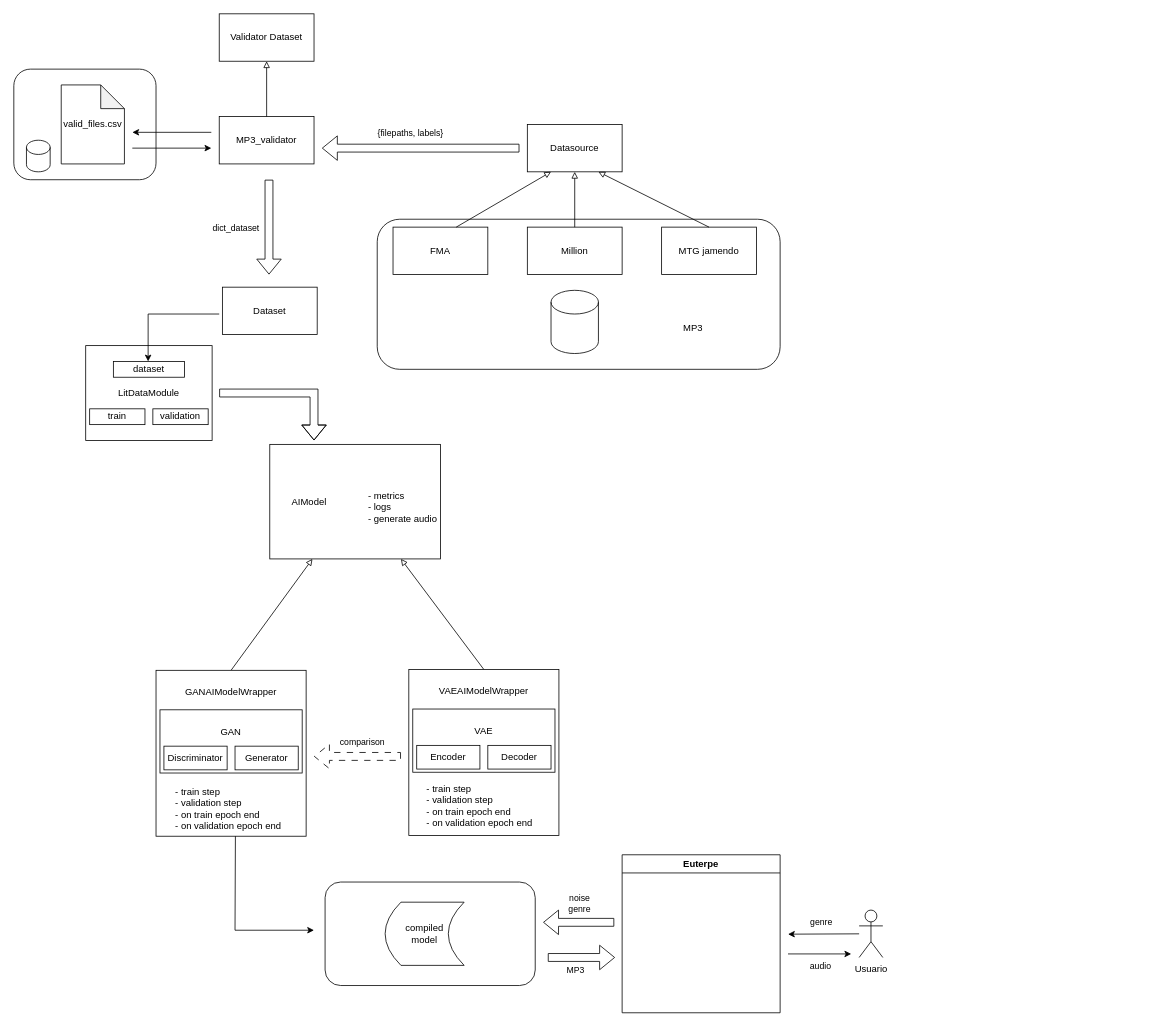
Above: images/diagrama_flujo.drawio in lukemaster/TFM-doc (draw.io), before the change. Source tidied: cells renumbered, new cells numbered last; positions are measured from the earlier drawing's top-left corner, leaving out a move shared by most shapes. Both pictures are drawn from the tidied source at 79%, with x=0, y=0 at pixel (13, 13).
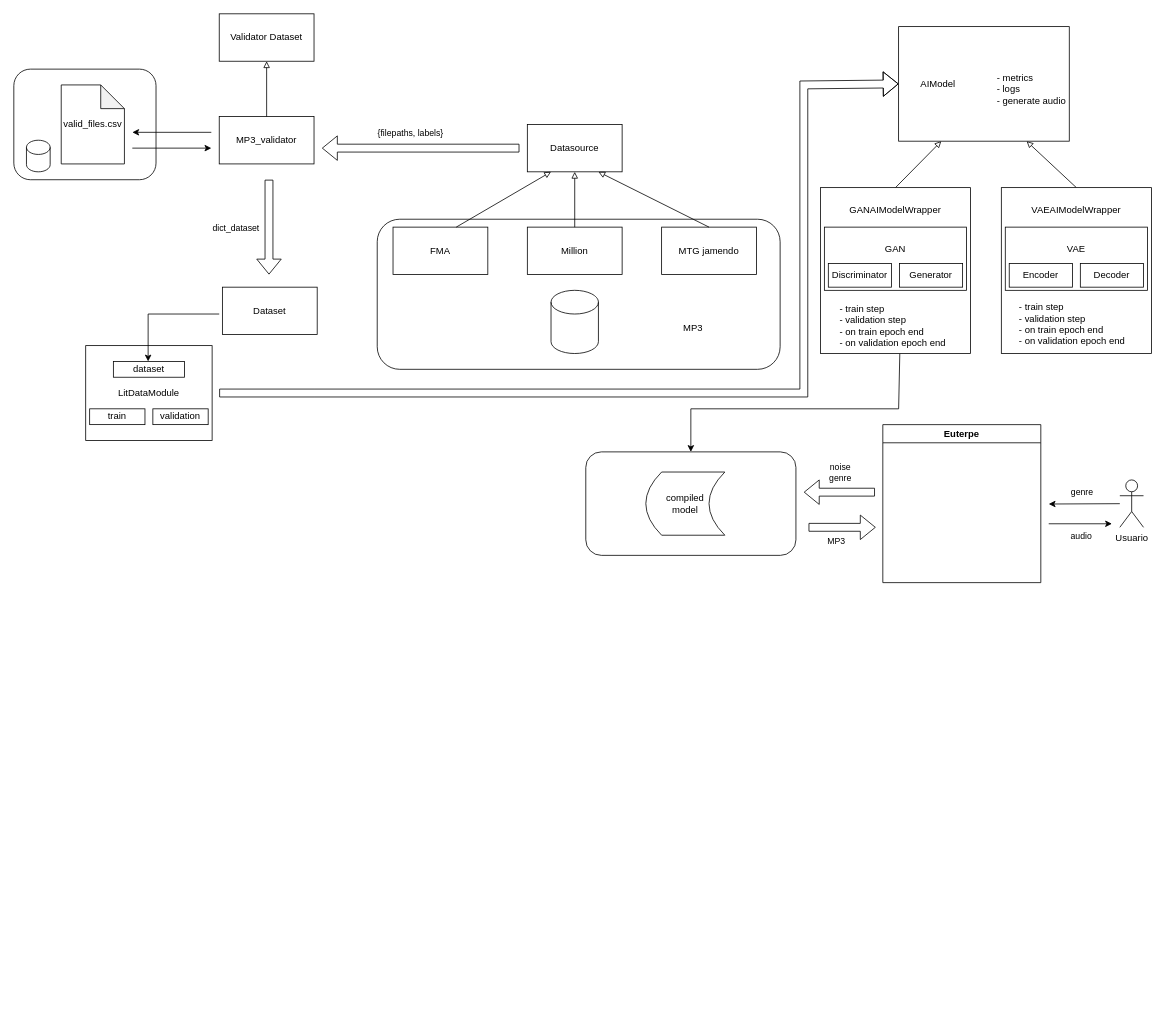
After the change.

What changed in the source:
```diff
@@
-    <mxCell id="2" style="rounded=1;whiteSpace=wrap;html=1;" parent="1" vertex="1">
-      <mxGeometry x="394" y="1099" width="266" height="131" as="geometry" />
-    </mxCell>
@@
-    <mxCell id="31" value="&amp;nbsp; &amp;nbsp; &amp;nbsp; &amp;nbsp; AIModel" style="rounded=0;whiteSpace=wrap;html=1;align=left;" parent="1" vertex="1">
-      <mxGeometry x="324" y="545" width="216" height="145" as="geometry" />
-    </mxCell>
@@
-    <mxCell id="33" style="endArrow=block;html=1;rounded=0;exitX=0.5;exitY=0;exitDx=0;exitDy=0;endFill=0;" parent="1" edge="1" source="48">
-      <mxGeometry relative="1" as="geometry">
-        <mxPoint x="490" y="690" as="targetPoint" />
-      </mxGeometry>
+    <mxCell id="33" style="endArrow=block;html=1;rounded=0;exitX=0.5;exitY=0;exitDx=0;exitDy=0;endFill=0;entryX=0.75;entryY=1;entryDx=0;entryDy=0;" parent="1" edge="1" source="48" target="31">
+      <mxGeometry relative="1" as="geometry" />
     </mxCell>
-    <mxCell id="34" style="shape=flexArrow;endArrow=classic;html=1;rounded=0;" parent="1" edge="1">
+    <mxCell id="34" style="shape=flexArrow;endArrow=classic;html=1;rounded=0;entryX=0;entryY=0.5;entryDx=0;entryDy=0;" parent="1" edge="1" target="31">
       <mxGeometry relative="1" as="geometry">
         <mxPoint x="260" y="480" as="sourcePoint" />
-        <mxPoint x="380" y="540" as="targetPoint" />
         <Array as="points">
           <mxPoint x="380" y="480" />
+          <mxPoint x="1000" y="480" />
+          <mxPoint x="1000" y="90" />
         </Array>
       </mxGeometry>
     </mxCell>
-    <mxCell id="35" value="&lt;span style=&quot;color: light-dark(rgb(0, 0, 0), rgb(255, 255, 255)); background-color: transparent;&quot;&gt;&amp;nbsp; - metrics&amp;nbsp;&lt;/span&gt;&lt;br style=&quot;&quot;&gt;&lt;span style=&quot;color: light-dark(rgb(0, 0, 0), rgb(255, 255, 255)); background-color: transparent;&quot;&gt;&amp;nbsp; - logs&lt;/span&gt;&lt;br style=&quot;&quot;&gt;&lt;span style=&quot;&quot;&gt;&amp;nbsp; - generate audio&lt;/span&gt;" style="text;html=1;align=left;verticalAlign=middle;whiteSpace=wrap;rounded=0;" parent="1" vertex="1">
-      <mxGeometry x="440" y="590" width="120" height="70" as="geometry" />
-    </mxCell>
-    <mxCell id="36" style="group;" parent="1" vertex="1">
-      <mxGeometry x="180" y="831" width="380" height="260" as="geometry" />
-    </mxCell>
+    <mxCell id="47" style="endArrow=classic;html=1;rounded=0;exitX=0.5;exitY=1;exitDx=0;exitDy=0;entryX=0.5;entryY=0;entryDx=0;entryDy=0;" parent="1" edge="1" source="38" target="2">
+      <mxGeometry relative="1" as="geometry">
+        <Array as="points">
+          <mxPoint x="1120" y="500" />
+          <mxPoint x="857" y="500" />
+        </Array>
+      </mxGeometry>
+    </mxCell>
+    <mxCell id="62" style="group;" parent="1" vertex="1">
+      <mxGeometry x="1021" y="220" width="190" height="210" as="geometry" />
+    </mxCell>
-    <mxCell id="37" value="&lt;div&gt;&lt;br&gt;&lt;/div&gt;GANAIModelWrapper" style="rounded=0;whiteSpace=wrap;html=1;verticalAlign=top;" parent="36" vertex="1">
+    <mxCell id="37" value="&lt;div&gt;&lt;br&gt;&lt;/div&gt;GANAIModelWrapper" style="rounded=0;whiteSpace=wrap;html=1;verticalAlign=top;" parent="62" vertex="1">
       <mxGeometry width="190" height="210" as="geometry" />
     </mxCell>
-    <mxCell id="38" value="&amp;nbsp; - train step&lt;div&gt;&amp;nbsp; - validation step&lt;/div&gt;&lt;div&gt;&amp;nbsp; - on train epoch end&lt;/div&gt;&lt;div&gt;&amp;nbsp; - on validation epoch end&lt;/div&gt;" style="text;html=1;align=left;verticalAlign=middle;whiteSpace=wrap;rounded=0;" parent="36" vertex="1">
+    <mxCell id="38" value="&amp;nbsp; - train step&lt;div&gt;&amp;nbsp; - validation step&lt;/div&gt;&lt;div&gt;&amp;nbsp; - on train epoch end&lt;/div&gt;&lt;div&gt;&amp;nbsp; - on validation epoch end&lt;/div&gt;" style="text;html=1;align=left;verticalAlign=middle;whiteSpace=wrap;rounded=0;" parent="62" vertex="1">
       <mxGeometry x="16" y="140" width="169" height="70" as="geometry" />
     </mxCell>
-    <mxCell id="39" style="shape=flexArrow;endArrow=classic;html=1;rounded=0;dashed=1;dashPattern=8 8;" parent="36" edge="1">
-      <mxGeometry relative="1" as="geometry">
-        <mxPoint x="310" y="109" as="sourcePoint" />
-        <mxPoint x="200" y="109" as="targetPoint" />
-      </mxGeometry>
-    </mxCell>
-    <mxCell id="40" value="comparison" style="edgeLabel;html=1;align=center;verticalAlign=middle;" parent="39" vertex="1">
-      <mxGeometry x="-0.33" relative="1" as="geometry">
-        <mxPoint x="-13" y="-19" as="offset" />
-      </mxGeometry>
-    </mxCell>
-    <mxCell id="41" value="&lt;div&gt;&lt;br&gt;&lt;/div&gt;GAN" style="rounded=0;whiteSpace=wrap;html=1;verticalAlign=top;" parent="36" vertex="1">
+    <mxCell id="41" value="&lt;div&gt;&lt;br&gt;&lt;/div&gt;GAN" style="rounded=0;whiteSpace=wrap;html=1;verticalAlign=top;" parent="62" vertex="1">
       <mxGeometry x="5" y="50" width="180" height="80" as="geometry" />
     </mxCell>
-    <mxCell id="42" value="Discriminator" style="rounded=0;whiteSpace=wrap;html=1;" parent="36" vertex="1">
+    <mxCell id="42" value="Discriminator" style="rounded=0;whiteSpace=wrap;html=1;" parent="62" vertex="1">
       <mxGeometry x="10" y="96" width="80" height="30" as="geometry" />
     </mxCell>
-    <mxCell id="43" value="Generator" style="rounded=0;whiteSpace=wrap;html=1;" parent="36" vertex="1">
+    <mxCell id="43" value="Generator" style="rounded=0;whiteSpace=wrap;html=1;" parent="62" vertex="1">
       <mxGeometry x="100" y="96" width="80" height="30" as="geometry" />
     </mxCell>
-    <mxCell id="44" value="Euterpe" style="swimlane;whiteSpace=wrap;html=1;" parent="1" vertex="1">
-      <mxGeometry x="770" y="1064.5" width="200" height="200" as="geometry" />
-    </mxCell>
-    <mxCell id="45" value="Usuario" style="shape=umlActor;verticalLabelPosition=bottom;verticalAlign=top;html=1;outlineConnect=0;" parent="1" vertex="1">
-      <mxGeometry x="1070" y="1134.5" width="30" height="60" as="geometry" />
-    </mxCell>
-    <mxCell id="46" value="compiled&lt;div&gt;model&lt;/div&gt;" style="shape=dataStorage;whiteSpace=wrap;html=1;fixedSize=1;size=20;" parent="1" vertex="1">
-      <mxGeometry x="470" y="1124.5" width="100" height="80" as="geometry" />
-    </mxCell>
-    <mxCell id="47" style="endArrow=classic;html=1;rounded=0;exitX=0.5;exitY=1;exitDx=0;exitDy=0;" parent="1" edge="1" source="38">
-      <mxGeometry relative="1" as="geometry">
-        <mxPoint x="380" y="1160" as="targetPoint" />
-        <Array as="points">
-          <mxPoint x="280" y="1160" />
-        </Array>
-      </mxGeometry>
-    </mxCell>
+    <mxCell id="63" style="group;" parent="1" vertex="1">
+      <mxGeometry x="1250" y="220" width="190" height="210" as="geometry" />
+    </mxCell>
-    <mxCell id="48" value="&lt;div&gt;&lt;br&gt;&lt;/div&gt;VAEAIModelWrapper" style="rounded=0;whiteSpace=wrap;html=1;verticalAlign=top;" parent="1" vertex="1">
-      <mxGeometry x="500" y="830" width="190" height="210" as="geometry" />
+    <mxCell id="48" value="&lt;div&gt;&lt;br&gt;&lt;/div&gt;VAEAIModelWrapper" style="rounded=0;whiteSpace=wrap;html=1;verticalAlign=top;" parent="63" vertex="1">
+      <mxGeometry width="190" height="210" as="geometry" />
     </mxCell>
-    <mxCell id="49" value="&amp;nbsp; - train step&lt;div&gt;&amp;nbsp; - validation step&lt;/div&gt;&lt;div&gt;&amp;nbsp; - on train epoch end&lt;/div&gt;&lt;div&gt;&amp;nbsp; - on validation epoch end&lt;/div&gt;" style="text;html=1;align=left;verticalAlign=middle;whiteSpace=wrap;rounded=0;" parent="1" vertex="1">
-      <mxGeometry x="514" y="968" width="162" height="69" as="geometry" />
+    <mxCell id="49" value="&amp;nbsp; - train step&lt;div&gt;&amp;nbsp; - validation step&lt;/div&gt;&lt;div&gt;&amp;nbsp; - on train epoch end&lt;/div&gt;&lt;div&gt;&amp;nbsp; - on validation epoch end&lt;/div&gt;" style="text;html=1;align=left;verticalAlign=middle;whiteSpace=wrap;rounded=0;" parent="63" vertex="1">
+      <mxGeometry x="14" y="138" width="162" height="69" as="geometry" />
     </mxCell>
-    <mxCell id="50" style="group;" parent="1" vertex="1">
-      <mxGeometry x="505" y="880" width="180" height="80" as="geometry" />
+    <mxCell id="50" style="group;" parent="63" vertex="1">
+      <mxGeometry x="5" y="50" width="180" height="80" as="geometry" />
     </mxCell>
@@
+    <mxCell id="64" style="group;" parent="1" vertex="1">
+      <mxGeometry x="1120" y="16.2" width="236" height="145" as="geometry" />
+    </mxCell>
+    <mxCell id="31" value="&amp;nbsp; &amp;nbsp; &amp;nbsp; &amp;nbsp; AIModel" style="rounded=0;whiteSpace=wrap;html=1;align=left;" parent="64" vertex="1">
+      <mxGeometry width="216" height="145" as="geometry" />
+    </mxCell>
+    <mxCell id="35" value="&lt;span style=&quot;color: light-dark(rgb(0, 0, 0), rgb(255, 255, 255)); background-color: transparent;&quot;&gt;&amp;nbsp; - metrics&amp;nbsp;&lt;/span&gt;&lt;br style=&quot;&quot;&gt;&lt;span style=&quot;color: light-dark(rgb(0, 0, 0), rgb(255, 255, 255)); background-color: transparent;&quot;&gt;&amp;nbsp; - logs&lt;/span&gt;&lt;br style=&quot;&quot;&gt;&lt;span style=&quot;&quot;&gt;&amp;nbsp; - generate audio&lt;/span&gt;" style="text;html=1;align=left;verticalAlign=middle;whiteSpace=wrap;rounded=0;" parent="64" vertex="1">
+      <mxGeometry x="116" y="45" width="120" height="70" as="geometry" />
+    </mxCell>
+    <mxCell id="65" style="group;" parent="1" vertex="1">
+      <mxGeometry x="802" y="520" width="628" height="200" as="geometry" />
+    </mxCell>
+    <mxCell id="44" value="Euterpe" style="swimlane;whiteSpace=wrap;html=1;" parent="65" vertex="1">
+      <mxGeometry x="298" width="200" height="200" as="geometry" />
+    </mxCell>
+    <mxCell id="45" value="Usuario" style="shape=umlActor;verticalLabelPosition=bottom;verticalAlign=top;html=1;outlineConnect=0;" parent="65" vertex="1">
+      <mxGeometry x="598" y="70" width="30" height="60" as="geometry" />
+    </mxCell>
-    <mxCell id="54" style="endArrow=classic;html=1;rounded=0;" parent="1" edge="1" source="45">
+    <mxCell id="54" style="endArrow=classic;html=1;rounded=0;" parent="65" edge="1" source="45">
       <mxGeometry relative="1" as="geometry">
-        <mxPoint x="980" y="1165" as="targetPoint" />
+        <mxPoint x="508" y="100.5" as="targetPoint" />
       </mxGeometry>
     </mxCell>
@@
-    <mxCell id="56" style="shape=flexArrow;endArrow=classic;html=1;rounded=0;" parent="1" edge="1">
+    <mxCell id="56" style="shape=flexArrow;endArrow=classic;html=1;rounded=0;" parent="65" edge="1">
       <mxGeometry relative="1" as="geometry">
-        <mxPoint x="760" y="1150" as="sourcePoint" />
-        <mxPoint x="670" y="1150" as="targetPoint" />
+        <mxPoint x="288" y="85.5" as="sourcePoint" />
+        <mxPoint x="198" y="85.5" as="targetPoint" />
       </mxGeometry>
     </mxCell>
@@
-    <mxCell id="58" style="shape=flexArrow;endArrow=classic;html=1;rounded=0;" parent="1" edge="1">
+    <mxCell id="58" style="shape=flexArrow;endArrow=classic;html=1;rounded=0;" parent="65" edge="1">
       <mxGeometry relative="1" as="geometry">
-        <mxPoint x="676" y="1194.5" as="sourcePoint" />
-        <mxPoint x="761" y="1194.5" as="targetPoint" />
+        <mxPoint x="204" y="130" as="sourcePoint" />
+        <mxPoint x="289" y="130" as="targetPoint" />
       </mxGeometry>
     </mxCell>
@@
-    <mxCell id="60" style="endArrow=classic;html=1;rounded=0;" parent="1" edge="1">
+    <mxCell id="60" style="endArrow=classic;html=1;rounded=0;" parent="65" edge="1">
       <mxGeometry relative="1" as="geometry">
-        <mxPoint x="980" y="1190" as="sourcePoint" />
-        <mxPoint x="1060" y="1190" as="targetPoint" />
+        <mxPoint x="508" y="125.5" as="sourcePoint" />
+        <mxPoint x="588" y="125.5" as="targetPoint" />
       </mxGeometry>
     </mxCell>
@@
+    <mxCell id="66" style="group;" parent="65" vertex="1">
+      <mxGeometry y="53.5" width="266" height="131" as="geometry" />
+    </mxCell>
+    <mxCell id="2" style="rounded=1;whiteSpace=wrap;html=1;" parent="66" vertex="1">
+      <mxGeometry x="-78" y="-19" width="266" height="131" as="geometry" />
+    </mxCell>
+    <mxCell id="46" value="compiled&lt;div&gt;model&lt;/div&gt;" style="shape=dataStorage;whiteSpace=wrap;html=1;fixedSize=1;size=20;" parent="66" vertex="1">
+      <mxGeometry x="-2" y="6.5" width="100" height="80" as="geometry" />
+    </mxCell>
```
